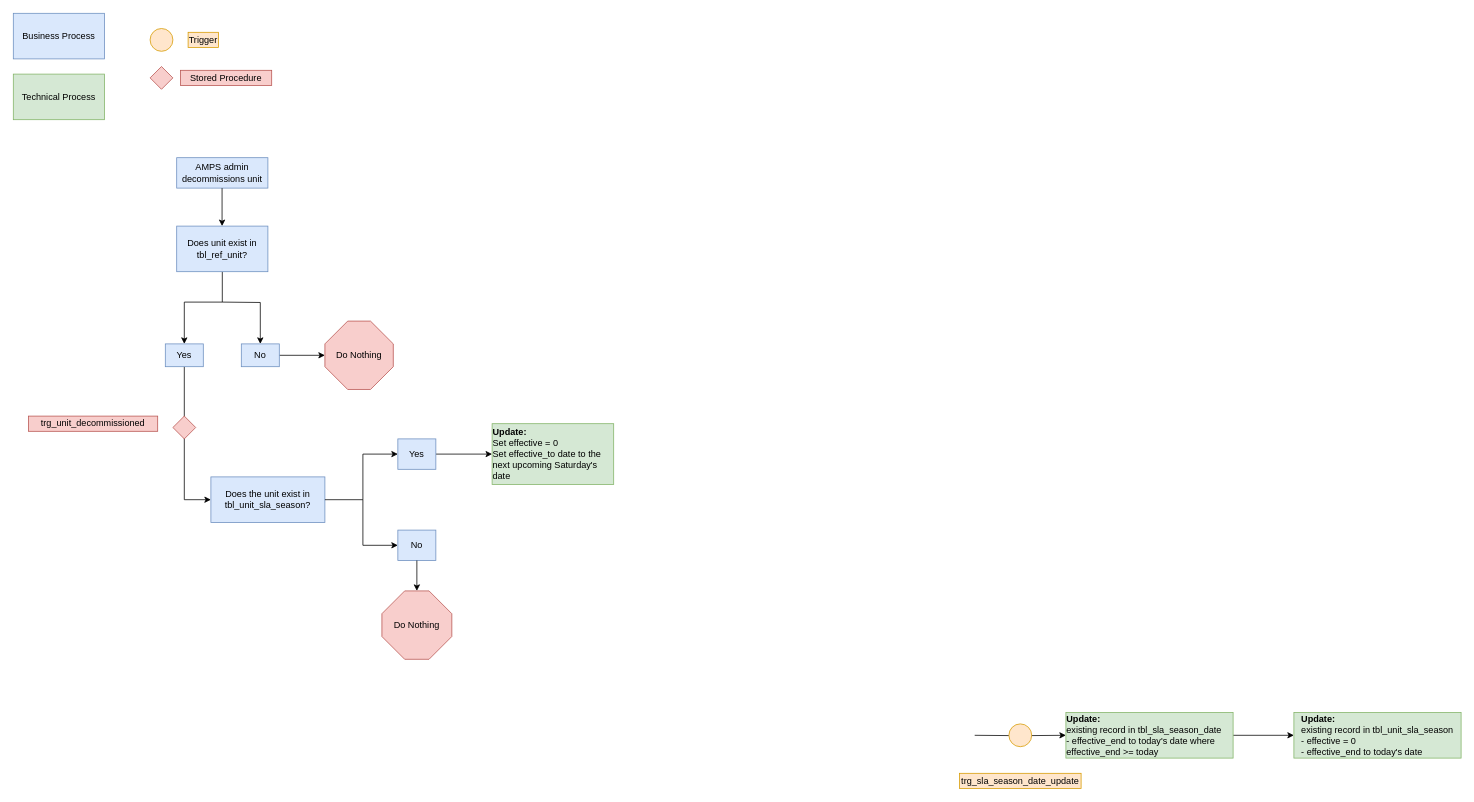
Before: images/trg_unit_decommissioned.drawio in NYC-Parks/SLADB, a draw.io diagram. Source tidied: cells renumbered, new cells numbered last; positions are measured from the earlier drawing's top-left corner, leaving out a move shared by most shapes. Both pictures are drawn from the tidied source at 76%, with x=0, y=0 at pixel (13, 13).
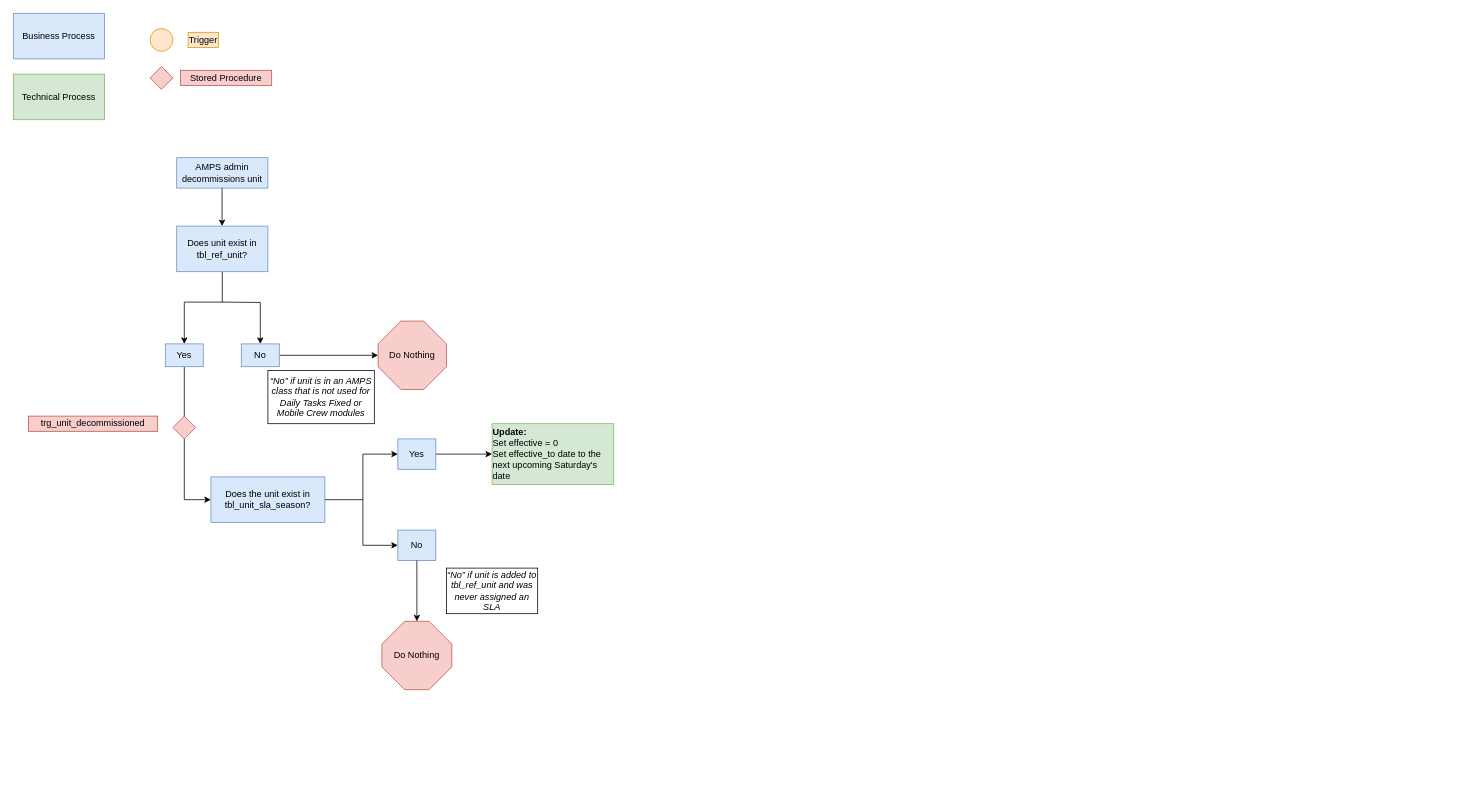
The same diagram, later.

Change to the diagram source:
```diff
@@
-    <mxCell id="16" style="edgeStyle=orthogonalEdgeStyle;rounded=0;jettySize=auto;html=1;" parent="1" edge="1" target="18">
-      <mxGeometry relative="1" as="geometry">
-        <mxPoint x="1265" y="950" as="sourcePoint" />
-      </mxGeometry>
-    </mxCell>
-    <mxCell id="17" style="edgeStyle=orthogonalEdgeStyle;rounded=0;jettySize=auto;html=1;" parent="1" edge="1" source="18" target="19">
-      <mxGeometry relative="1" as="geometry" />
-    </mxCell>
-    <mxCell id="18" value="&lt;div style=&quot;text-align: left&quot;&gt;&lt;b&gt;Update:&lt;/b&gt;&lt;/div&gt;&lt;div style=&quot;text-align: left&quot;&gt;&lt;span&gt;existing record in tbl_sla_season_date&lt;/span&gt;&lt;/div&gt;&lt;div style=&quot;text-align: left&quot;&gt;&lt;span&gt;- effective_end to today's date where effective_end &amp;gt;= today&lt;/span&gt;&lt;/div&gt;" style="rounded=0;whiteSpace=wrap;html=1;fillColor=#d5e8d4;strokeColor=#82b366;" parent="1" vertex="1">
-      <mxGeometry x="1385" y="920" width="220" height="60" as="geometry" />
-    </mxCell>
-    <mxCell id="19" value="&lt;div style=&quot;text-align: left&quot;&gt;&lt;b&gt;Update:&lt;/b&gt;&lt;/div&gt;&lt;div style=&quot;text-align: left&quot;&gt;existing record in tbl_unit_sla_season&lt;/div&gt;&lt;div style=&quot;text-align: left&quot;&gt;- effective = 0&lt;/div&gt;&lt;div style=&quot;text-align: left&quot;&gt;- effective_end to today's date&lt;/div&gt;" style="rounded=0;whiteSpace=wrap;html=1;fillColor=#d5e8d4;strokeColor=#82b366;" parent="1" vertex="1">
-      <mxGeometry x="1685" y="920" width="220" height="60" as="geometry" />
-    </mxCell>
@@
-    <mxCell id="22" style="ellipse;whiteSpace=wrap;html=1;fillColor=#ffe6cc;strokeColor=#d79b00;" parent="1" vertex="1">
-      <mxGeometry x="1310" y="935" width="30" height="30" as="geometry" />
-    </mxCell>
-    <mxCell id="23" value="trg_sla_season_date_update" style="text;html=1;strokeColor=#d79b00;fillColor=#ffe6cc;align=center;verticalAlign=middle;whiteSpace=wrap;rounded=0;" parent="1" vertex="1">
-      <mxGeometry x="1245" y="1000" width="160" height="20" as="geometry" />
-    </mxCell>
@@
     <mxCell id="25" value="Do Nothing" style="whiteSpace=wrap;html=1;shape=mxgraph.basic.octagon2;align=center;verticalAlign=middle;dx=15;fillColor=#f8cecc;strokeColor=#b85450;" parent="1" vertex="1">
-      <mxGeometry x="410" y="405" width="90" height="90" as="geometry" />
+      <mxGeometry x="480" y="405" width="90" height="90" as="geometry" />
     </mxCell>
@@
     <mxCell id="32" value="Do Nothing" style="whiteSpace=wrap;html=1;shape=mxgraph.basic.octagon2;align=center;verticalAlign=middle;dx=15;fillColor=#f8cecc;strokeColor=#b85450;" parent="1" vertex="1">
-      <mxGeometry x="485" y="760" width="92" height="90" as="geometry" />
+      <mxGeometry x="485" y="800" width="92" height="90" as="geometry" />
     </mxCell>
@@
+    <mxCell id="35" value="&lt;span id=&quot;docs-internal-guid-cab402d8-7fff-18fc-b851-d093ed2a1515&quot;&gt;&lt;span style=&quot;font-family: &amp;#34;arial&amp;#34; ; background-color: transparent ; vertical-align: baseline&quot;&gt;&lt;font style=&quot;font-size: 12px&quot;&gt;&lt;i&gt;“No” if unit is in an AMPS class that is not used for Daily Tasks Fixed or Mobile Crew modules&lt;/i&gt;&lt;/font&gt;&lt;/span&gt;&lt;/span&gt;" style="rounded=0;whiteSpace=wrap;html=1;fillColor=none;" parent="1" vertex="1">
+      <mxGeometry x="335" y="470" width="140" height="70" as="geometry" />
+    </mxCell>
+    <mxCell id="36" value="&lt;span id=&quot;docs-internal-guid-5fe48b0e-7fff-a765-be8b-5b3e4f1d802c&quot;&gt;&lt;span style=&quot;font-family: &amp;quot;arial&amp;quot; ; background-color: transparent ; vertical-align: baseline&quot;&gt;&lt;font style=&quot;font-size: 12px&quot;&gt;“No” if unit is added to tbl_ref_unit and was never assigned an SLA&lt;/font&gt;&lt;/span&gt;&lt;/span&gt;" style="rounded=0;whiteSpace=wrap;html=1;fillColor=none;fontStyle=2;" parent="1" vertex="1">
+      <mxGeometry x="570" y="730" width="120" height="60" as="geometry" />
+    </mxCell>
```
